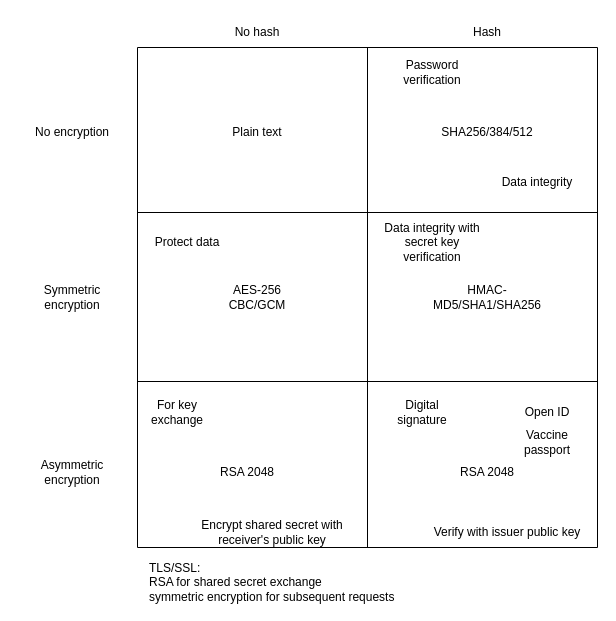
dannyswat/adi keeps this draw.io diagram as Security.drawio. Above is the earlier version. Source tidied: cells renumbered, new cells numbered last; positions are measured from the earlier drawing's top-left corner, leaving out a move shared by most shapes. Both pictures are drawn from the tidied source at 100%, with x=0, y=0 at pixel (17, 17).
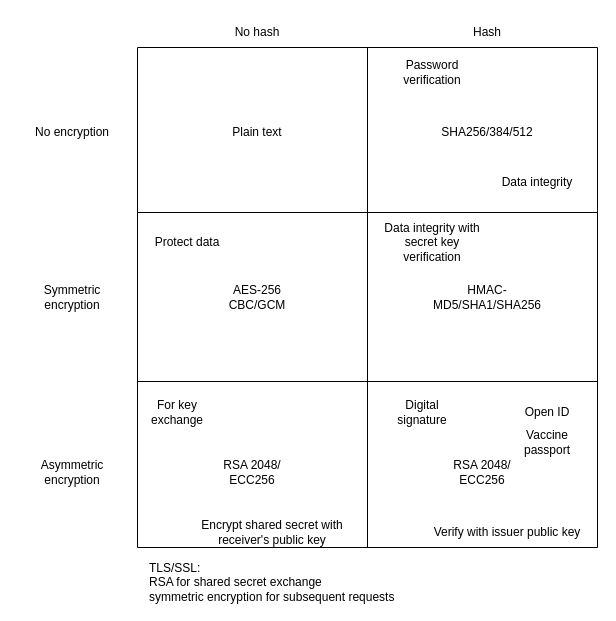
After the change.

Unchanged cells that the change refers to:
```xml
<mxCell id="2" style="swimlane;startSize=0;" parent="1" vertex="1">
  <mxGeometry x="120" y="30" width="460" height="500" as="geometry" />
</mxCell>
```

Diff of the diagram source:
```diff
@@
-    <mxCell id="13" value="RSA 2048" style="text;html=1;strokeColor=none;fillColor=none;align=center;verticalAlign=middle;whiteSpace=wrap;rounded=0;" parent="2" vertex="1">
-      <mxGeometry x="80" y="410" width="60" height="30" as="geometry" />
+    <mxCell id="13" value="RSA 2048/ ECC256" style="text;html=1;strokeColor=none;fillColor=none;align=center;verticalAlign=middle;whiteSpace=wrap;rounded=0;" parent="2" vertex="1">
+      <mxGeometry x="80" y="410" width="70" height="30" as="geometry" />
     </mxCell>
-    <mxCell id="14" value="RSA 2048" style="text;html=1;strokeColor=none;fillColor=none;align=center;verticalAlign=middle;whiteSpace=wrap;rounded=0;" parent="2" vertex="1">
-      <mxGeometry x="320" y="410" width="60" height="30" as="geometry" />
+    <mxCell id="14" value="RSA 2048/ ECC256" style="text;html=1;strokeColor=none;fillColor=none;align=center;verticalAlign=middle;whiteSpace=wrap;rounded=0;" parent="2" vertex="1">
+      <mxGeometry x="310" y="410" width="70" height="30" as="geometry" />
     </mxCell>
```
